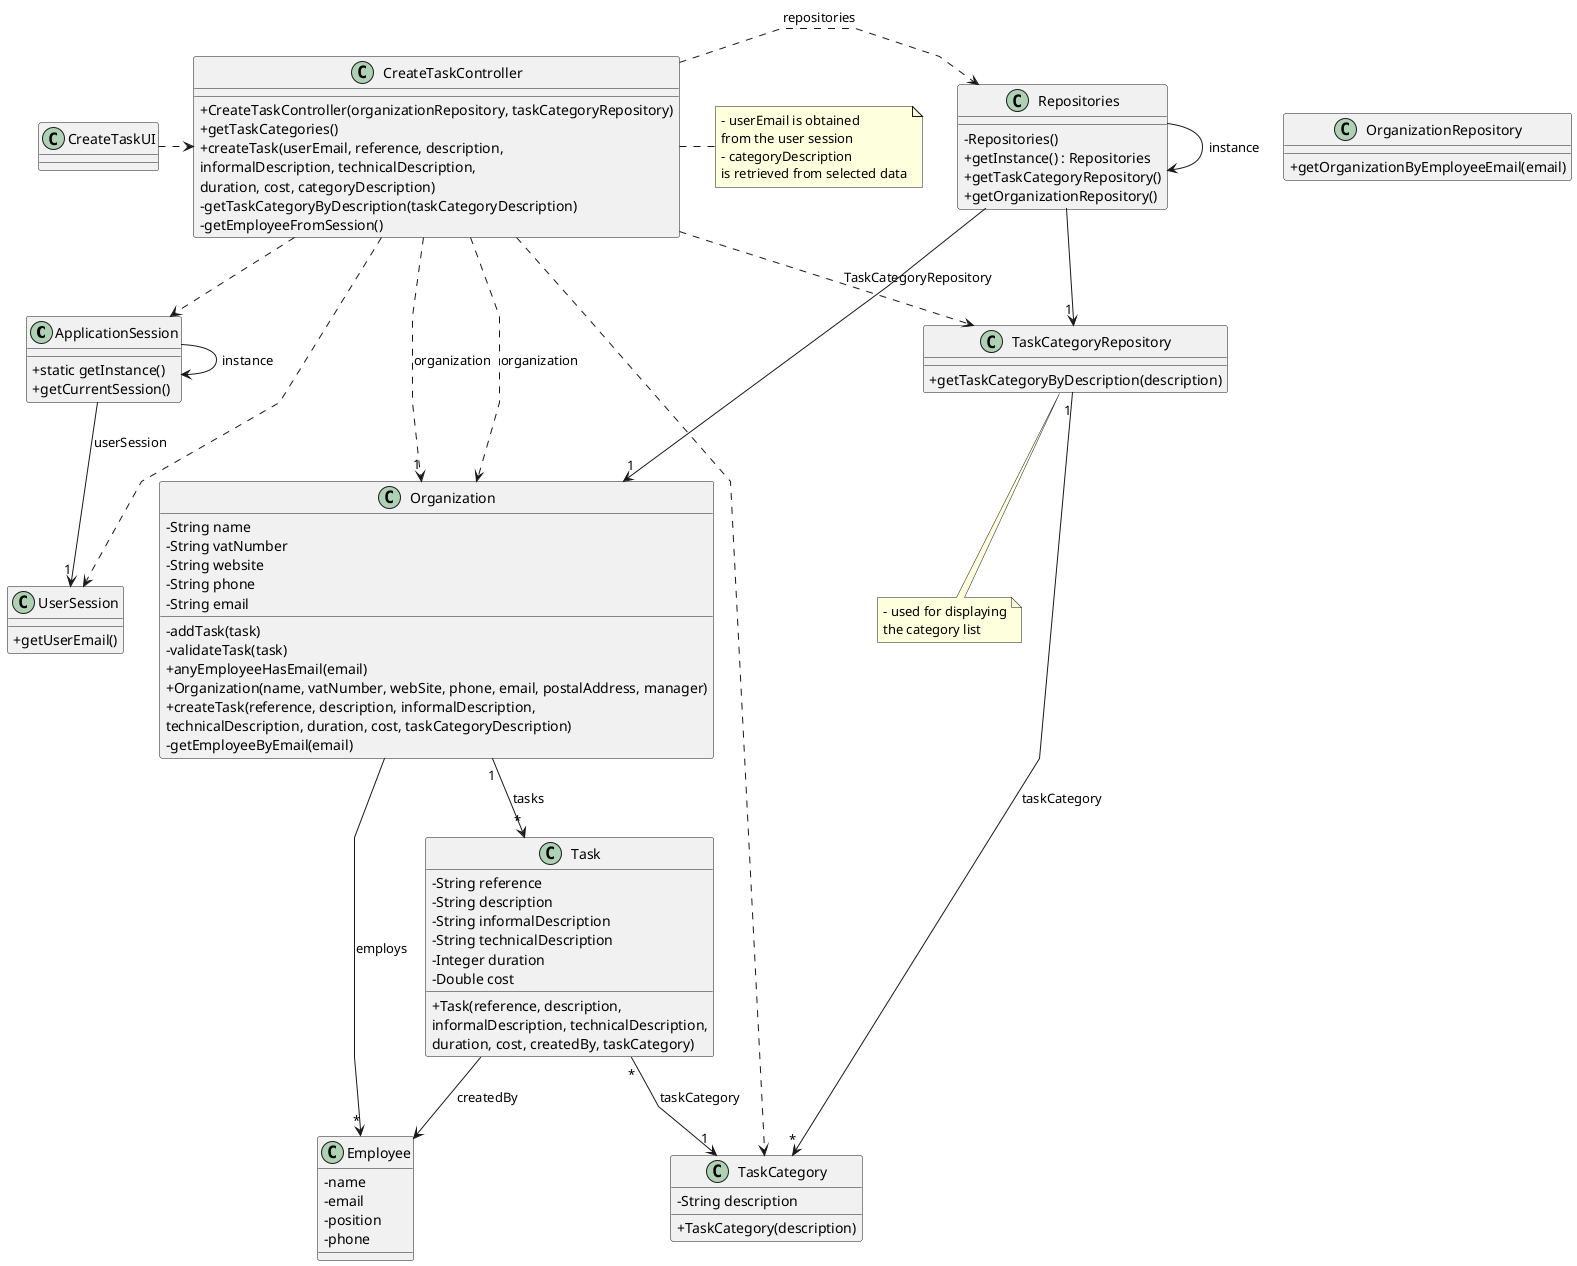
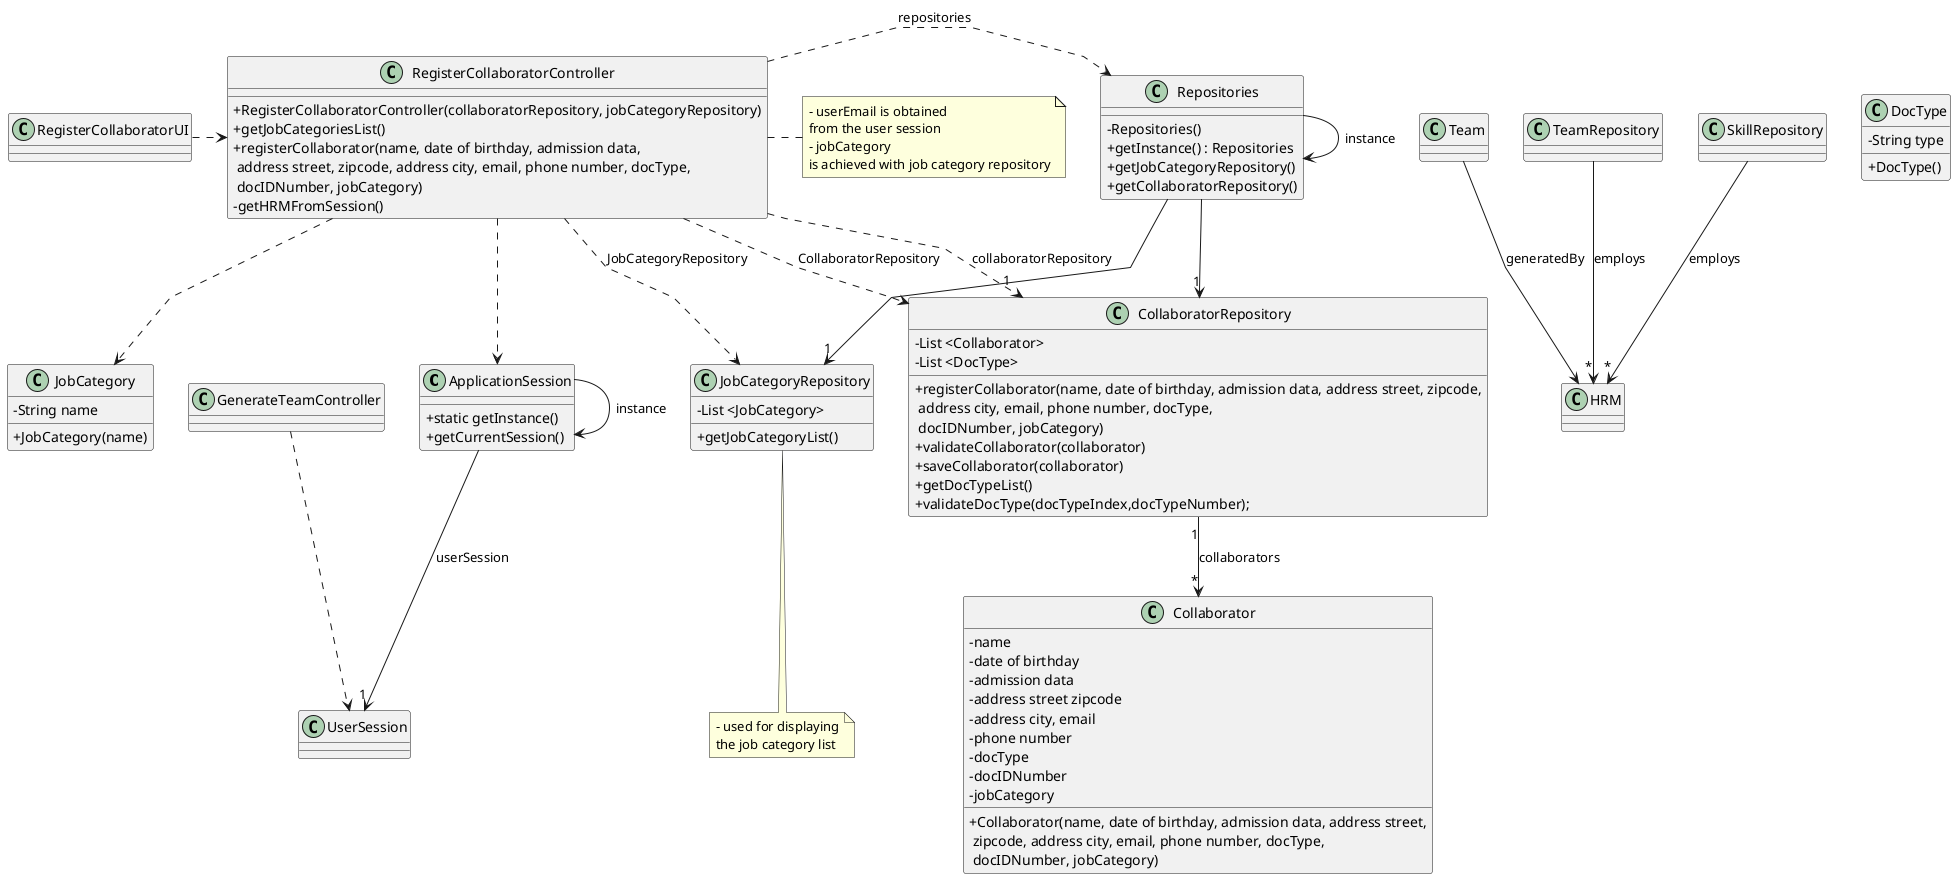
@startuml
'skinparam monochrome true
skinparam packageStyle rectangle
skinparam shadowing false
skinparam linetype polyline
'skinparam linetype orto

skinparam classAttributeIconSize 0

'left to right direction

- class ApplicationSession
- {
+ class ApplicationSession{
    + static getInstance()
    + getCurrentSession()
}

- class UserSession
- {
-     + getUserEmail()
+ class UserSession{
}

- class Employee {
-     - name
-     - email
-     - position
-     - phone
+ class HRM {
}

- class Task {
-     - String reference
-     - String description
-     - String informalDescription
-     - String technicalDescription
-     - Integer duration
-     - Double cost
+ class Collaborator {
+     - name
+     - date of birthday
+     - admission data
+     - address street zipcode
+     - address city, email
+     - phone number
+     - docType
+     - docIDNumber
+     - jobCategory

-     + Task(reference, description,\ninformalDescription, technicalDescription,\nduration, cost, createdBy, taskCategory)
+     + Collaborator(name, date of birthday, admission data, address street,\n zipcode, address city, email, phone number, docType,\n docIDNumber, jobCategory)
}

- class TaskCategory {
-     - String description
- 
-     + TaskCategory(description)
+ class JobCategory {
+     - String name
+     + JobCategory(name)
}

- class Organization {
-     - String name
-     - String vatNumber
-     - String website
-     - String phone
-     - String email
- 
-     - addTask(task)
-     - validateTask(task)
-     + anyEmployeeHasEmail(email)
-     + Organization(name, vatNumber, webSite, phone, email, postalAddress, manager)
-     + createTask(reference, description, informalDescription,\ntechnicalDescription, duration, cost, taskCategoryDescription)
-     - getEmployeeByEmail(email)
- 
- '  +saveTask(task)
+ class CollaboratorRepository {
+     - List <Collaborator>
+     - List <DocType>
+     + registerCollaborator(name, date of birthday, admission data, address street, zipcode,\n address city, email, phone number, docType,\n docIDNumber, jobCategory)
+     + validateCollaborator(collaborator)
+     + saveCollaborator(collaborator)
+     + getDocTypeList()
+     + validateDocType(docTypeIndex,docTypeNumber);
}

- class TaskCategoryRepository {
-     + getTaskCategoryByDescription(description)
+ class DocType{
+     -String type
+     +DocType()
}

- class OrganizationRepository {
-     + getOrganizationByEmployeeEmail(email)
+ class JobCategoryRepository {
+     - List <JobCategory>
+     + getJobCategoryList()
}
+ 

class Repositories {
    - Repositories()
    + getInstance() : Repositories
-     + getTaskCategoryRepository()
-     + getOrganizationRepository()
+     + getJobCategoryRepository()
+     + getCollaboratorRepository()
}

- class CreateTaskController {
-     + CreateTaskController(organizationRepository, taskCategoryRepository)
-     + getTaskCategories()
-     + createTask(userEmail, reference, description,\ninformalDescription, technicalDescription,\nduration, cost, categoryDescription)
-     - getTaskCategoryByDescription(taskCategoryDescription)
-     - getEmployeeFromSession()
+ class RegisterCollaboratorController {
+     + RegisterCollaboratorController(collaboratorRepository, jobCategoryRepository)
+     + getJobCategoriesList()
+     + registerCollaborator(name, date of birthday, admission data,\n address street, zipcode, address city, email, phone number, docType,\n docIDNumber, jobCategory)
+     - getHRMFromSession()
}

- note right of CreateTaskController
+ note right of RegisterCollaboratorController
    - userEmail is obtained
    from the user session
-     - categoryDescription
-     is retrieved from selected data
+     - jobCategory
+     is achieved with job category repository
end note

- note bottom of TaskCategoryRepository
+ note bottom of JobCategoryRepository
    - used for displaying
-     the category list
+     the job category list
end note

- class CreateTaskUI {
+ class RegisterCollaboratorUI {
}

Repositories -> Repositories : instance
ApplicationSession -> ApplicationSession : instance

- CreateTaskUI .> CreateTaskController
+ RegisterCollaboratorUI .> RegisterCollaboratorController

- CreateTaskController .> Repositories : repositories
+ RegisterCollaboratorController .> Repositories : repositories

- Repositories -> "1" TaskCategoryRepository
+ Repositories -> "1" JobCategoryRepository

- CreateTaskController ..> TaskCategory
- CreateTaskController ..> Organization: organization
- CreateTaskController ..> TaskCategoryRepository: TaskCategoryRepository
+ RegisterCollaboratorController ..> JobCategory
+ RegisterCollaboratorController ..> CollaboratorRepository : CollaboratorRepository
+ RegisterCollaboratorController ..> JobCategoryRepository : JobCategoryRepository

- Repositories ---> "1" Organization
+ Repositories --> "1" CollaboratorRepository

ApplicationSession --> "1" UserSession : userSession
+ RegisterCollaboratorController ..> "1" CollaboratorRepository : collaboratorRepository
+ RegisterCollaboratorController ..> ApplicationSession
+ GenerateTeamController ..> UserSession

- CreateTaskController ..> "1" Organization : organization
- CreateTaskController ..> ApplicationSession
- CreateTaskController ..> UserSession
- Task "*" --> "1" TaskCategory : taskCategory
- TaskCategoryRepository "1" --> "*" TaskCategory : taskCategory
- Organization "1" --> "*" Task : tasks
- Task --> Employee : createdBy
+ CollaboratorRepository "1" --> "*" Collaborator : collaborators

- Organization --> "*" Employee : employs
+ Team --> HRM : generatedBy
+ 
+ TeamRepository --> "*" HRM : employs
+ SkillRepository --> "*" HRM : employs
+ 

@enduml